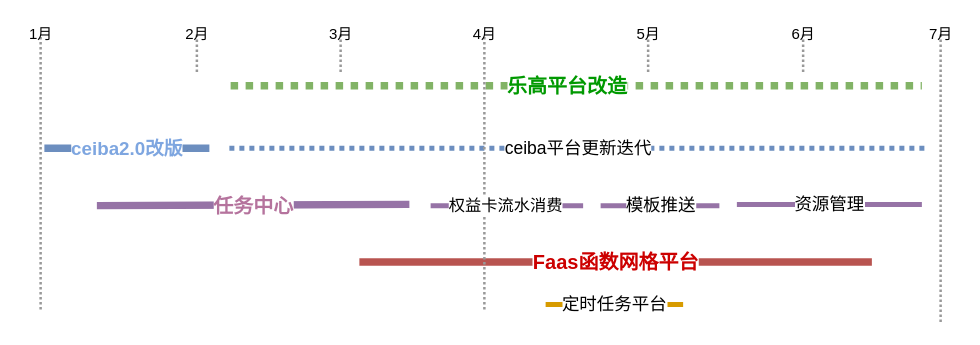
This is work.drawio from axtrur/resource, a draw.io file, before an edit. Source tidied: cells renumbered, new cells numbered last; positions are measured from the earlier drawing's top-left corner, leaving out a move shared by most shapes. Both pictures are drawn from the tidied source at 125%, with x=0, y=0 at pixel (21, 21).
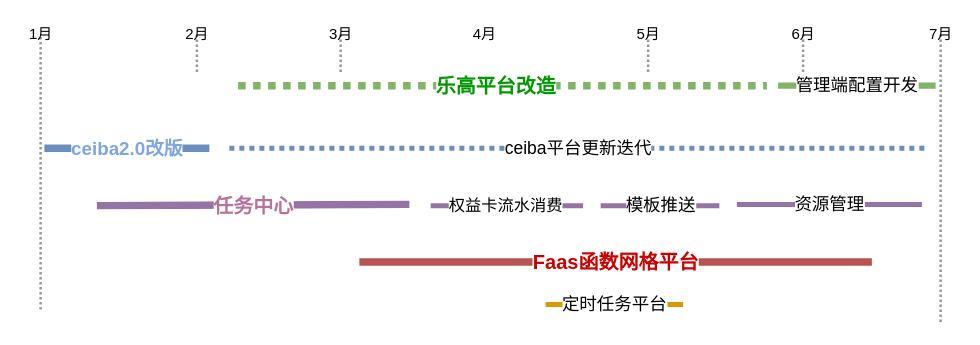
The same diagram, later.

Diff of the diagram source:
```diff
@@
     <mxCell id="2" style="endArrow=none;dashed=1;html=1;strokeWidth=6;fillColor=#d5e8d4;strokeColor=#82b366;dashPattern=1 1;" parent="1" edge="1">
       <mxGeometry relative="1" as="geometry">
-        <mxPoint x="167" y="51" as="sourcePoint" />
-        <mxPoint x="720" y="51" as="targetPoint" />
+        <mxPoint x="173" y="51" as="sourcePoint" />
+        <mxPoint x="596" y="51" as="targetPoint" />
       </mxGeometry>
     </mxCell>
@@
-    <mxCell id="17" style="endArrow=none;dashed=1;html=1;dashPattern=1 1;strokeWidth=2;strokeColor=#999999;" parent="1" edge="1">
-      <mxGeometry relative="1" as="geometry">
-        <mxPoint x="370" y="230" as="sourcePoint" />
-        <mxPoint x="370" y="10" as="targetPoint" />
-      </mxGeometry>
-    </mxCell>
@@
+    <mxCell id="26" value="&lt;span style=&quot;font-size: 14px&quot;&gt;管理端配置开发&lt;/span&gt;" style="endArrow=none;html=1;strokeWidth=5;fillColor=#d5e8d4;strokeColor=#82b366;" parent="1" edge="1">
+      <mxGeometry x="591" y="241" as="geometry">
+        <mxPoint x="605" y="51" as="sourcePoint" />
+        <mxPoint x="731" y="51" as="targetPoint" />
+      </mxGeometry>
+    </mxCell>
```
